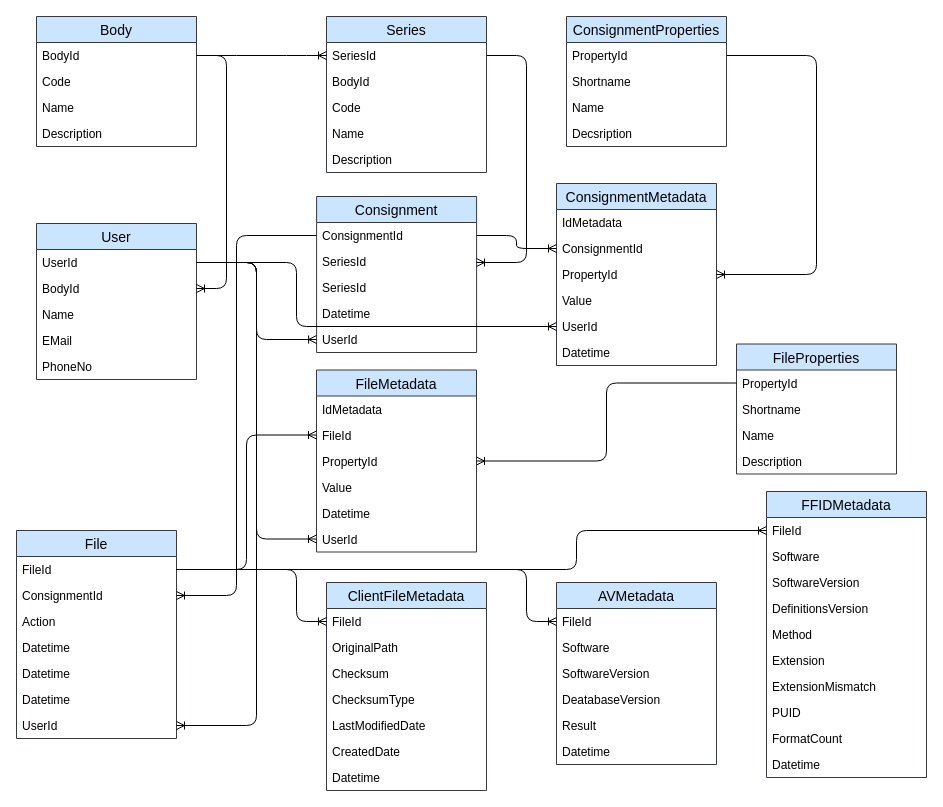
Earlier version of the draw.io diagram technology-considerations/images/TDR Database Design.drawio (nationalarchives/tdr-dev-documentation). Source tidied: cells renumbered, new cells numbered last; positions are measured from the earlier drawing's top-left corner, leaving out a move shared by most shapes. Both pictures are drawn from the tidied source at 100%, with x=0, y=0 at pixel (16, 16).
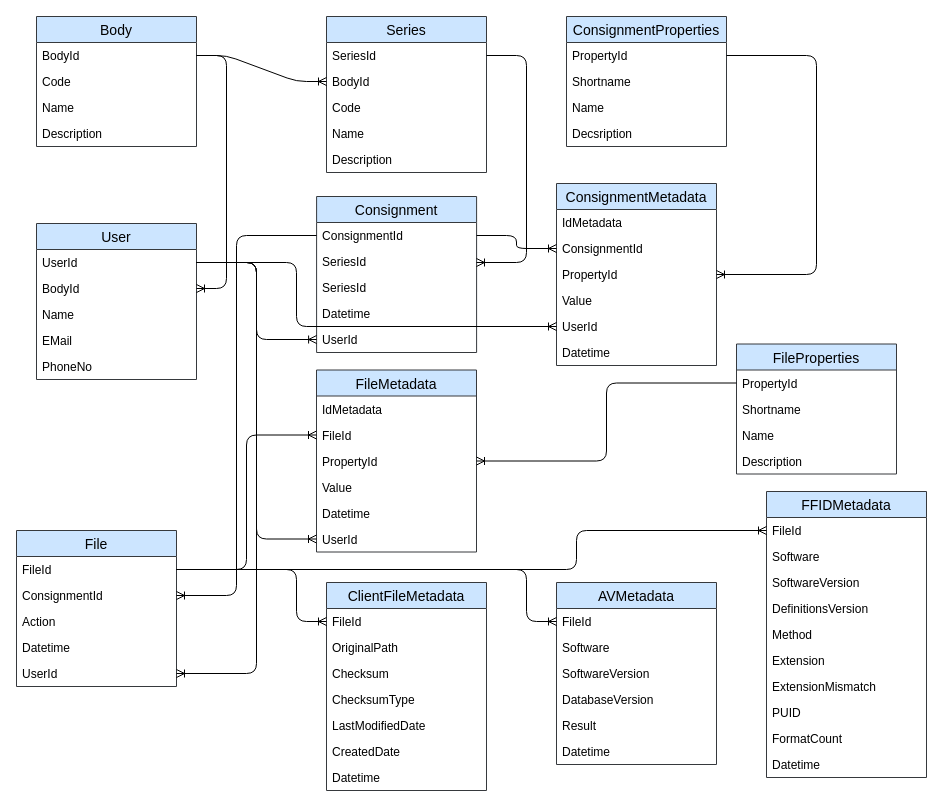
The same diagram, later.

The change refers to these unchanged cells:
```xml
<mxCell id="8" value="SeriesId" style="text;strokeColor=none;fillColor=none;spacingLeft=4;spacingRight=4;overflow=hidden;points=[[0,0.5],[1,0.5]];portConstraint=eastwest;fontSize=12;" parent="7" vertex="1">
  <mxGeometry y="26" width="160" height="26" as="geometry" />
</mxCell>
<mxCell id="9" value="BodyId" style="text;strokeColor=none;fillColor=none;spacingLeft=4;spacingRight=4;overflow=hidden;points=[[0,0.5],[1,0.5]];portConstraint=eastwest;fontSize=12;" parent="7" vertex="1">
  <mxGeometry y="52" width="160" height="26" as="geometry" />
</mxCell>
<mxCell id="91" value="AVMetadata" style="swimlane;fontStyle=0;horizontal=1;startSize=26;fillColor=#cce5ff;swimlaneFillColor=#ffffff;align=center;fontSize=14;strokeColor=#36393d;" parent="1" vertex="1">
  <mxGeometry x="540" y="566" width="160" height="182" as="geometry" />
</mxCell>
```

The edit, as a diff of the source:
```diff
@@
     <mxCell id="26" value="File" style="swimlane;fontStyle=0;horizontal=1;startSize=26;fillColor=#cce5ff;swimlaneFillColor=#ffffff;align=center;fontSize=14;strokeColor=#36393d;" parent="1" vertex="1">
-      <mxGeometry y="514" width="160" height="208" as="geometry" />
+      <mxGeometry y="514" width="160" height="156" as="geometry" />
     </mxCell>
@@
-    <mxCell id="31" value="Datetime" style="text;strokeColor=none;fillColor=none;spacingLeft=4;spacingRight=4;overflow=hidden;fontSize=12;" parent="26" vertex="1">
-      <mxGeometry y="130" width="160" height="26" as="geometry" />
-    </mxCell>
-    <mxCell id="32" value="Datetime" style="text;strokeColor=none;fillColor=none;spacingLeft=4;spacingRight=4;overflow=hidden;fontSize=12;" parent="26" vertex="1">
-      <mxGeometry y="156" width="160" height="26" as="geometry" />
-    </mxCell>
     <mxCell id="33" value="UserId" style="text;strokeColor=none;fillColor=none;spacingLeft=4;spacingRight=4;overflow=hidden;points=[[0,0.5],[1,0.5]];portConstraint=eastwest;fontSize=12;" parent="26" vertex="1">
-      <mxGeometry y="182" width="160" height="26" as="geometry" />
+      <mxGeometry y="130" width="160" height="26" as="geometry" />
     </mxCell>
@@
-    <mxCell id="78" style="edgeStyle=entityRelationEdgeStyle;fontSize=12;html=1;endArrow=ERoneToMany;entryX=0;entryY=0.5;entryDx=0;entryDy=0;" parent="1" edge="1" target="8">
+    <mxCell id="78" style="edgeStyle=entityRelationEdgeStyle;fontSize=12;html=1;endArrow=ERoneToMany;entryX=0;entryY=0.5;entryDx=0;entryDy=0;" parent="1" edge="1" target="9">
       <mxGeometry relative="1" as="geometry">
         <mxPoint x="180" y="39" as="sourcePoint" />
       </mxGeometry>
     </mxCell>
@@
-    <mxCell id="95" value="DeatabaseVersion" style="text;strokeColor=none;fillColor=none;spacingLeft=4;spacingRight=4;overflow=hidden;fontSize=12;" parent="91" vertex="1">
+    <mxCell id="95" value="DatabaseVersion" style="text;strokeColor=none;fillColor=none;spacingLeft=4;spacingRight=4;overflow=hidden;fontSize=12;" parent="91" vertex="1">
       <mxGeometry y="104" width="160" height="26" as="geometry" />
     </mxCell>
```
